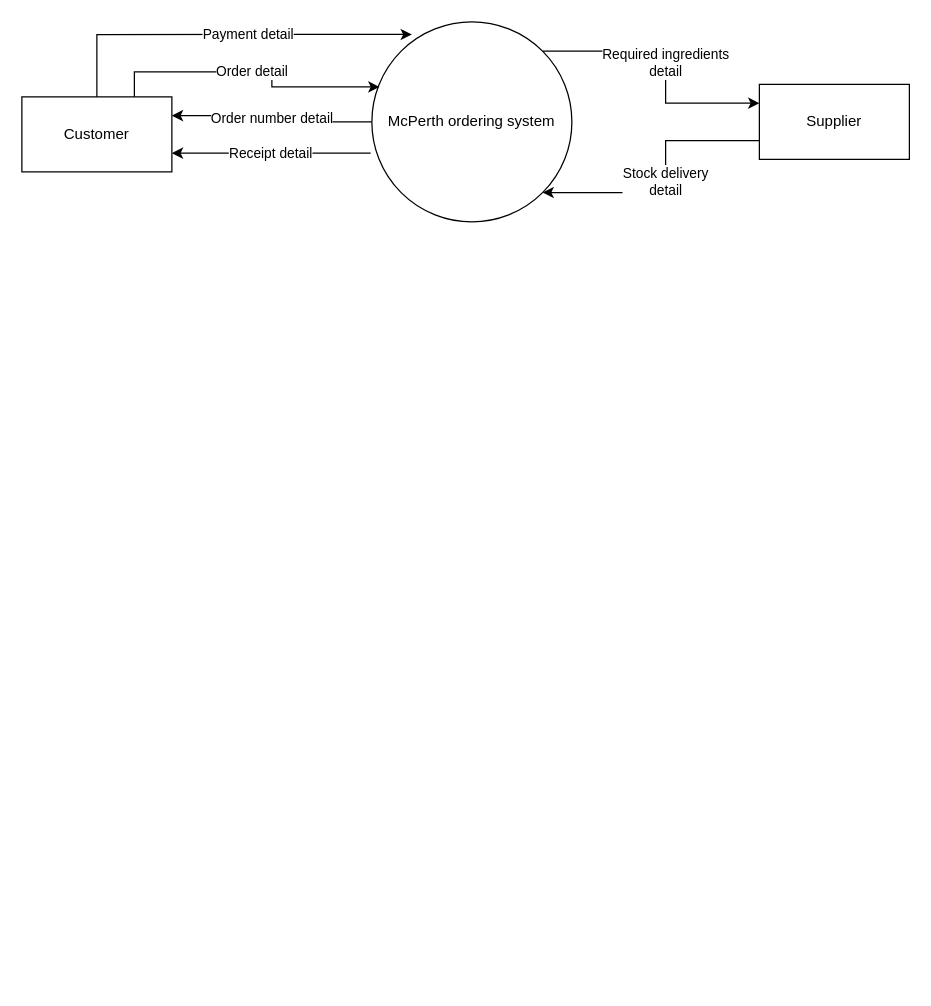
Above: McPerth.drawio in SmartBoy84/diagrams (draw.io), before the change. Source tidied: cells renumbered, new cells numbered last; positions are measured from the earlier drawing's top-left corner, leaving out a move shared by most shapes. Both pictures are drawn from the tidied source at 125%, with x=0, y=0 at pixel (21, 21).
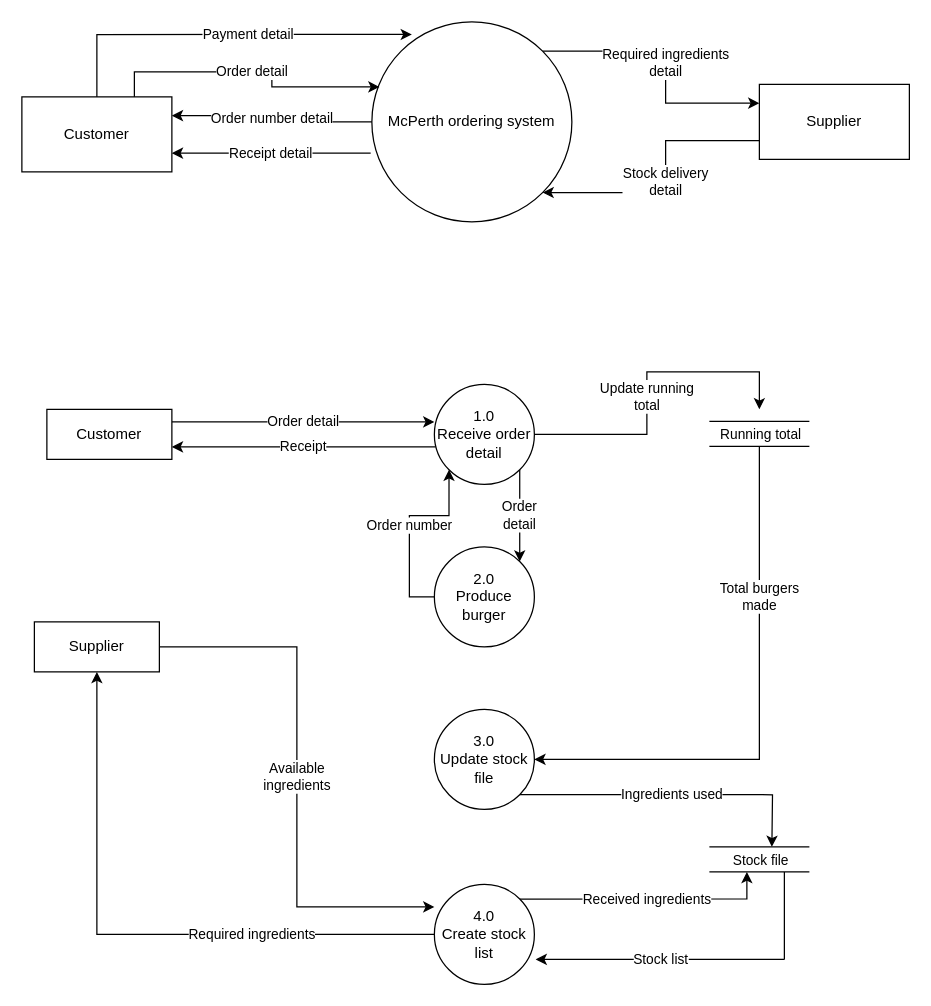
Above is the later version.

Change to the diagram source:
```diff
@@
+    <mxCell id="11" value="Update running &lt;br&gt;total" style="edgeStyle=orthogonalEdgeStyle;rounded=0;jettySize=auto;html=1;exitX=1;exitY=0.5;exitDx=0;exitDy=0;" parent="1" edge="1" source="13">
+      <mxGeometry x="-0.08" relative="1" as="geometry">
+        <mxPoint x="590" y="310" as="targetPoint" />
+        <Array as="points">
+          <mxPoint x="500" y="330" />
+          <mxPoint x="500" y="280" />
+          <mxPoint x="590" y="280" />
+        </Array>
+      </mxGeometry>
+    </mxCell>
+    <mxCell id="12" value="Order &lt;br&gt;detail" style="edgeStyle=orthogonalEdgeStyle;rounded=0;jettySize=auto;html=1;exitX=1;exitY=1;exitDx=0;exitDy=0;entryX=1;entryY=0;entryDx=0;entryDy=0;" parent="1" edge="1" source="13" target="23">
+      <mxGeometry relative="1" as="geometry" />
+    </mxCell>
+    <mxCell id="13" value="1.0&lt;br&gt;Receive order detail" style="ellipse;whiteSpace=wrap;html=1;" parent="1" vertex="1">
+      <mxGeometry x="330" y="290" width="80" height="80" as="geometry" />
+    </mxCell>
+    <mxCell id="14" value="Order detail" style="edgeStyle=orthogonalEdgeStyle;rounded=0;jettySize=auto;html=1;exitX=1;exitY=0.25;exitDx=0;exitDy=0;entryX=0;entryY=0.375;entryDx=0;entryDy=0;entryPerimeter=0;" parent="1" edge="1" source="16" target="13">
+      <mxGeometry relative="1" as="geometry" />
+    </mxCell>
+    <mxCell id="15" value="Receipt" style="edgeStyle=orthogonalEdgeStyle;rounded=0;jettySize=auto;html=1;exitX=0.013;exitY=0.625;exitDx=0;exitDy=0;entryX=1;entryY=0.75;entryDx=0;entryDy=0;exitPerimeter=0;" parent="1" edge="1" source="13" target="16">
+      <mxGeometry relative="1" as="geometry" />
+    </mxCell>
+    <mxCell id="16" value="Customer" style="rounded=0;whiteSpace=wrap;html=1;" parent="1" vertex="1">
+      <mxGeometry x="20" y="310" width="100" height="40" as="geometry" />
+    </mxCell>
+    <mxCell id="17" value="Available &lt;br&gt;ingredients" style="edgeStyle=orthogonalEdgeStyle;rounded=0;jettySize=auto;html=1;exitX=1;exitY=0.5;exitDx=0;exitDy=0;entryX=0;entryY=0.225;entryDx=0;entryDy=0;entryPerimeter=0;" parent="1" edge="1" source="18" target="29">
+      <mxGeometry relative="1" as="geometry" />
+    </mxCell>
+    <mxCell id="18" value="Supplier" style="rounded=0;whiteSpace=wrap;html=1;" parent="1" vertex="1">
+      <mxGeometry x="10" y="480" width="100" height="40" as="geometry" />
+    </mxCell>
+    <mxCell id="19" style="endArrow=none;html=1;" parent="1" edge="1">
+      <mxGeometry relative="1" as="geometry">
+        <mxPoint x="550" y="319.5" as="sourcePoint" />
+        <mxPoint x="630" y="319.5" as="targetPoint" />
+      </mxGeometry>
+    </mxCell>
+    <mxCell id="20" value="Running total" style="edgeLabel;html=1;align=center;verticalAlign=middle;" parent="19" vertex="1">
+      <mxGeometry x="-0.5" y="-10" relative="1" as="geometry">
+        <mxPoint x="20" as="offset" />
+      </mxGeometry>
+    </mxCell>
+    <mxCell id="21" style="endArrow=none;html=1;" parent="1" edge="1">
+      <mxGeometry relative="1" as="geometry">
+        <mxPoint x="550" y="339.5" as="sourcePoint" />
+        <mxPoint x="630" y="339.5" as="targetPoint" />
+      </mxGeometry>
+    </mxCell>
+    <mxCell id="22" value="Order number" style="edgeStyle=orthogonalEdgeStyle;rounded=0;jettySize=auto;html=1;exitX=0;exitY=0.5;exitDx=0;exitDy=0;entryX=0;entryY=1;entryDx=0;entryDy=0;" parent="1" edge="1" source="23" target="13">
+      <mxGeometry relative="1" as="geometry" />
+    </mxCell>
+    <mxCell id="23" value="2.0&lt;br&gt;Produce burger" style="ellipse;whiteSpace=wrap;html=1;" parent="1" vertex="1">
+      <mxGeometry x="330" y="420" width="80" height="80" as="geometry" />
+    </mxCell>
+    <mxCell id="24" value="Total burgers &lt;br&gt;made" style="edgeStyle=orthogonalEdgeStyle;rounded=0;jettySize=auto;html=1;exitX=1;exitY=0.5;exitDx=0;exitDy=0;entryX=1;entryY=0.5;entryDx=0;entryDy=0;" parent="1" edge="1" target="26">
+      <mxGeometry x="-0.44" relative="1" as="geometry">
+        <mxPoint x="590" y="340" as="sourcePoint" />
+        <Array as="points">
+          <mxPoint x="590" y="590" />
+        </Array>
+      </mxGeometry>
+    </mxCell>
+    <mxCell id="25" value="Ingredients used" style="edgeStyle=orthogonalEdgeStyle;rounded=0;jettySize=auto;html=1;exitX=1;exitY=1;exitDx=0;exitDy=0;" parent="1" edge="1" source="26">
+      <mxGeometry relative="1" as="geometry">
+        <mxPoint x="600" y="660" as="targetPoint" />
+      </mxGeometry>
+    </mxCell>
+    <mxCell id="26" value="3.0&lt;br&gt;Update stock file" style="ellipse;whiteSpace=wrap;html=1;" parent="1" vertex="1">
+      <mxGeometry x="330" y="550" width="80" height="80" as="geometry" />
+    </mxCell>
+    <mxCell id="27" value="Required ingredients" style="edgeStyle=orthogonalEdgeStyle;rounded=0;jettySize=auto;html=1;exitX=0;exitY=0.5;exitDx=0;exitDy=0;entryX=0.5;entryY=1;entryDx=0;entryDy=0;" parent="1" edge="1" source="29" target="18">
+      <mxGeometry x="-0.39" relative="1" as="geometry" />
+    </mxCell>
+    <mxCell id="28" value="Received ingredients" style="edgeStyle=orthogonalEdgeStyle;rounded=0;jettySize=auto;html=1;exitX=1;exitY=0;exitDx=0;exitDy=0;" parent="1" edge="1" source="29">
+      <mxGeometry relative="1" as="geometry">
+        <mxPoint x="580" y="680" as="targetPoint" />
+        <Array as="points">
+          <mxPoint x="580" y="702" />
+        </Array>
+      </mxGeometry>
+    </mxCell>
+    <mxCell id="29" value="4.0&lt;br&gt;Create stock list" style="ellipse;whiteSpace=wrap;html=1;" parent="1" vertex="1">
+      <mxGeometry x="330" y="690" width="80" height="80" as="geometry" />
+    </mxCell>
+    <mxCell id="30" style="endArrow=none;html=1;" parent="1" edge="1">
+      <mxGeometry relative="1" as="geometry">
+        <mxPoint x="550" y="660" as="sourcePoint" />
+        <mxPoint x="630" y="660" as="targetPoint" />
+      </mxGeometry>
+    </mxCell>
+    <mxCell id="31" value="Stock file" style="edgeLabel;html=1;align=center;verticalAlign=middle;" parent="30" vertex="1">
+      <mxGeometry x="-0.5" y="-10" relative="1" as="geometry">
+        <mxPoint x="20" as="offset" />
+      </mxGeometry>
+    </mxCell>
+    <mxCell id="32" style="endArrow=none;html=1;" parent="1" edge="1">
+      <mxGeometry relative="1" as="geometry">
+        <mxPoint x="550" y="680" as="sourcePoint" />
+        <mxPoint x="630" y="680" as="targetPoint" />
+      </mxGeometry>
+    </mxCell>
+    <mxCell id="33" style="endArrow=none;html=1;" parent="1" edge="1">
+      <mxGeometry relative="1" as="geometry">
+        <mxPoint x="610" y="750" as="sourcePoint" />
+        <mxPoint x="610" y="680" as="targetPoint" />
+      </mxGeometry>
+    </mxCell>
+    <mxCell id="34" value="Stock list" style="endArrow=classic;html=1;entryX=1.013;entryY=0.75;entryDx=0;entryDy=0;entryPerimeter=0;" parent="1" edge="1" target="29">
+      <mxGeometry relative="1" as="geometry">
+        <mxPoint x="610" y="750" as="sourcePoint" />
+      </mxGeometry>
+    </mxCell>
```
